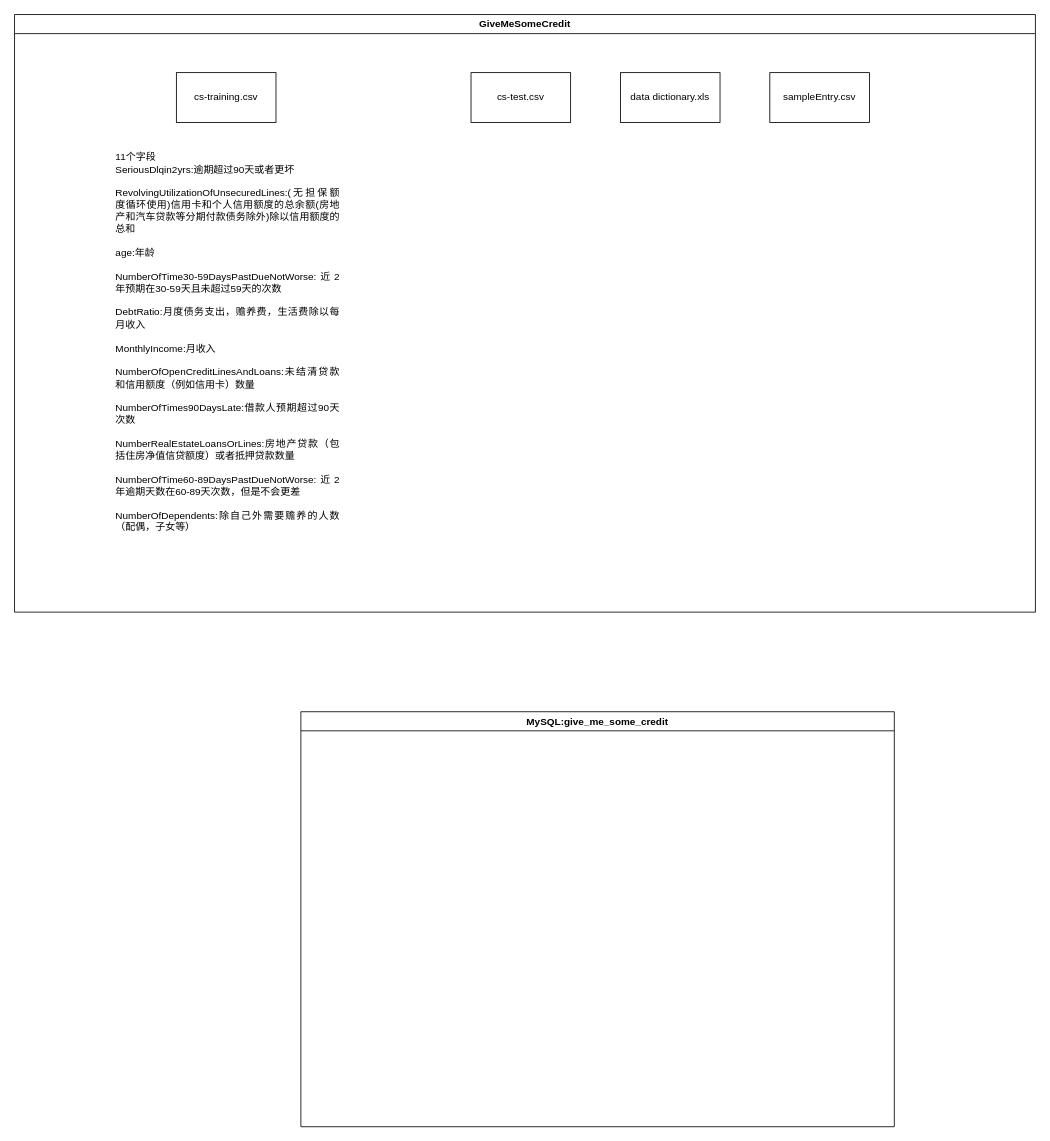
dawangbaixiaofu/credit keeps this draw.io diagram as datasets/give_me_some_credit/data_info.drawio. Above is the earlier version. Source tidied: cells renumbered, new cells numbered last; positions are measured from the earlier drawing's top-left corner, leaving out a move shared by most shapes. Both pictures are drawn from the tidied source at 83%, with x=0, y=0 at pixel (14, 14).
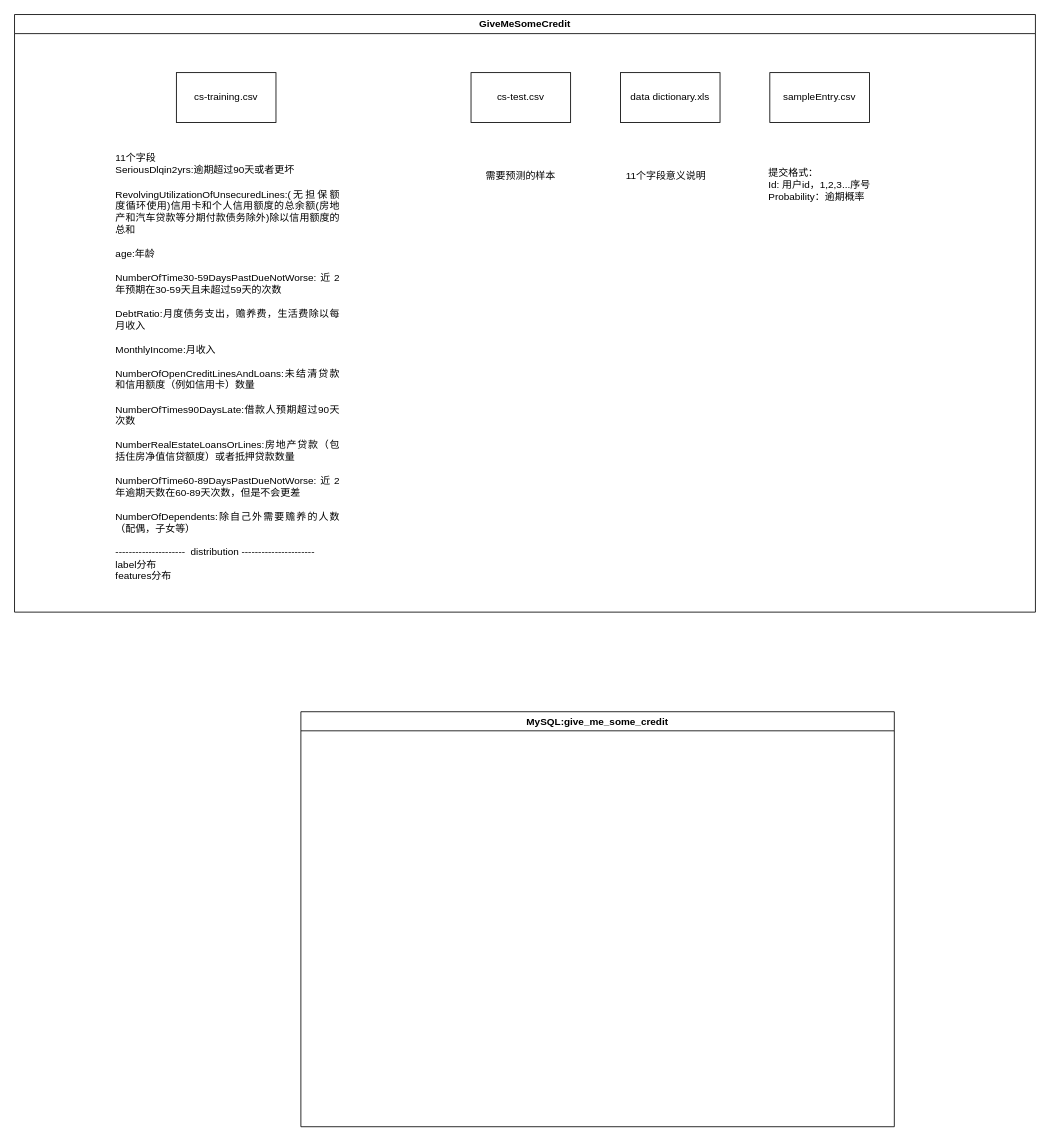
The same page after the edit.

Commit message:
modify datasets:giveMeCredit:data_info.drawio

What changed in the source:
```diff
@@
 <mxGraphModel>
   <root>
     <mxCell id="0" />
     <mxCell id="1" parent="0" />
     <mxCell id="2" value="GiveMeSomeCredit" style="swimlane;whiteSpace=wrap;html=1;" parent="1" vertex="1">
       <mxGeometry width="1230" height="720" as="geometry" />
     </mxCell>
     <mxCell id="3" value="cs-training.csv" style="rounded=0;whiteSpace=wrap;html=1;" parent="2" vertex="1">
       <mxGeometry x="195" y="70" width="120" height="60" as="geometry" />
     </mxCell>
     <mxCell id="4" value="cs-test.csv" style="rounded=0;whiteSpace=wrap;html=1;" parent="2" vertex="1">
       <mxGeometry x="550" y="70" width="120" height="60" as="geometry" />
     </mxCell>
     <mxCell id="5" value="data dictionary.xls" style="rounded=0;whiteSpace=wrap;html=1;" parent="2" vertex="1">
       <mxGeometry x="730" y="70" width="120" height="60" as="geometry" />
     </mxCell>
     <mxCell id="6" value="sampleEntry.csv" style="rounded=0;whiteSpace=wrap;html=1;" parent="2" vertex="1">
       <mxGeometry x="910" y="70" width="120" height="60" as="geometry" />
     </mxCell>
-    <mxCell id="7" value="&lt;div style=&quot;text-align: justify;&quot;&gt;&lt;span style=&quot;background-color: initial;&quot;&gt;11个字段&lt;/span&gt;&lt;/div&gt;&lt;table style=&quot;text-align: justify;&quot; width=&quot;270&quot; cellspacing=&quot;0&quot; cellpadding=&quot;0&quot; border=&quot;0&quot;&gt;&lt;tbody&gt;&lt;tr style=&quot;height:12.75pt&quot; height=&quot;17&quot;&gt;  &lt;td style=&quot;height:12.75pt;width:203pt&quot; width=&quot;270&quot; class=&quot;xl65&quot; height=&quot;17&quot;&gt;SeriousDlqin2yrs:逾期超过90天或者更坏&lt;br&gt;&lt;br&gt;&lt;table width=&quot;270&quot; cellspacing=&quot;0&quot; cellpadding=&quot;0&quot; border=&quot;0&quot;&gt;&lt;tbody&gt;&lt;tr style=&quot;height:25.5pt&quot; height=&quot;34&quot;&gt;  &lt;td style=&quot;height:25.5pt;width:203pt&quot; width=&quot;270&quot; class=&quot;xl65&quot; height=&quot;34&quot;&gt;RevolvingUtilizationOfUnsecuredLines:(无担保额度循环使用)信用卡和个人信用额度的总余额(房地产和汽车贷款等分期付款债务除外)除以信用额度的总和&lt;br&gt;&lt;br&gt;age:年龄&lt;br&gt;&lt;br&gt;&lt;table width=&quot;270&quot; cellspacing=&quot;0&quot; cellpadding=&quot;0&quot; border=&quot;0&quot;&gt;&lt;tbody&gt;&lt;tr style=&quot;height:12.75pt&quot; height=&quot;17&quot;&gt;  &lt;td style=&quot;height:12.75pt;width:203pt&quot; width=&quot;270&quot; class=&quot;xl65&quot; height=&quot;17&quot;&gt;NumberOfTime30-59DaysPastDueNotWorse:近2年预期在30-59天且未超过59天的次数&lt;br&gt;&lt;br&gt;&lt;table width=&quot;270&quot; cellspacing=&quot;0&quot; cellpadding=&quot;0&quot; border=&quot;0&quot;&gt;&lt;tbody&gt;&lt;tr style=&quot;height:12.75pt&quot; height=&quot;17&quot;&gt;  &lt;td style=&quot;height:12.75pt;width:203pt&quot; width=&quot;270&quot; class=&quot;xl65&quot; height=&quot;17&quot;&gt;DebtRatio:月度债务支出，赡养费，生活费除以每月收入&lt;br&gt;&lt;br&gt;&lt;table width=&quot;270&quot; cellspacing=&quot;0&quot; cellpadding=&quot;0&quot; border=&quot;0&quot;&gt;&lt;tbody&gt;&lt;tr style=&quot;height:12.75pt&quot; height=&quot;17&quot;&gt;  &lt;td style=&quot;height:12.75pt;width:203pt&quot; width=&quot;270&quot; class=&quot;xl65&quot; height=&quot;17&quot;&gt;MonthlyIncome:月收入&lt;br&gt;&lt;br&gt;&lt;table width=&quot;270&quot; cellspacing=&quot;0&quot; cellpadding=&quot;0&quot; border=&quot;0&quot;&gt;&lt;tbody&gt;&lt;tr style=&quot;height:12.75pt&quot; height=&quot;17&quot;&gt;  &lt;td style=&quot;height:12.75pt;width:203pt&quot; width=&quot;270&quot; class=&quot;xl65&quot; height=&quot;17&quot;&gt;NumberOfOpenCreditLinesAndLoans:未结清贷款和信用额度（例如信用卡）数量&lt;br&gt;&lt;br&gt;&lt;table width=&quot;270&quot; cellspacing=&quot;0&quot; cellpadding=&quot;0&quot; border=&quot;0&quot;&gt;&lt;tbody&gt;&lt;tr style=&quot;height:12.75pt&quot; height=&quot;17&quot;&gt;  &lt;td style=&quot;height:12.75pt;width:203pt&quot; width=&quot;270&quot; class=&quot;xl65&quot; height=&quot;17&quot;&gt;NumberOfTimes90DaysLate:借款人预期超过90天次数&lt;br&gt;&lt;br&gt;&lt;table width=&quot;270&quot; cellspacing=&quot;0&quot; cellpadding=&quot;0&quot; border=&quot;0&quot;&gt;&lt;tbody&gt;&lt;tr style=&quot;height:12.75pt&quot; height=&quot;17&quot;&gt;  &lt;td style=&quot;height:12.75pt;width:203pt&quot; width=&quot;270&quot; class=&quot;xl65&quot; height=&quot;17&quot;&gt;NumberRealEstateLoansOrLines:房地产贷款（包括住房净值信贷额度）或者抵押贷款数量&lt;br&gt;&lt;br&gt;&lt;table width=&quot;270&quot; cellspacing=&quot;0&quot; cellpadding=&quot;0&quot; border=&quot;0&quot;&gt;&lt;tbody&gt;&lt;tr style=&quot;height:12.75pt&quot; height=&quot;17&quot;&gt;  &lt;td style=&quot;height:12.75pt;width:203pt&quot; width=&quot;270&quot; class=&quot;xl65&quot; height=&quot;17&quot;&gt;NumberOfTime60-89DaysPastDueNotWorse:近2年逾期天数在60-89天次数，但是不会更差&lt;br&gt;&lt;br&gt;&lt;table width=&quot;270&quot; cellspacing=&quot;0&quot; cellpadding=&quot;0&quot; border=&quot;0&quot;&gt;&lt;tbody&gt;&lt;tr style=&quot;height:12.75pt&quot; height=&quot;17&quot;&gt;  &lt;td style=&quot;height:12.75pt;width:203pt&quot; width=&quot;270&quot; class=&quot;xl65&quot; height=&quot;17&quot;&gt;NumberOfDependents:除自己外需要赡养的人数（配偶，子女等）&lt;/td&gt;&lt;/tr&gt;&lt;/tbody&gt;&lt;/table&gt;&lt;/td&gt;&lt;/tr&gt;&lt;/tbody&gt;&lt;/table&gt;&lt;/td&gt;&lt;/tr&gt;&lt;/tbody&gt;&lt;/table&gt;&lt;/td&gt;&lt;/tr&gt;&lt;/tbody&gt;&lt;/table&gt;&lt;/td&gt;&lt;/tr&gt;&lt;/tbody&gt;&lt;/table&gt;&lt;/td&gt;&lt;/tr&gt;&lt;/tbody&gt;&lt;/table&gt;&lt;/td&gt;&lt;/tr&gt;&lt;/tbody&gt;&lt;/table&gt;&lt;/td&gt;&lt;/tr&gt;&lt;/tbody&gt;&lt;/table&gt;&lt;/td&gt;&lt;/tr&gt;&lt;/tbody&gt;&lt;/table&gt;&lt;/td&gt;&lt;/tr&gt;&lt;/tbody&gt;&lt;/table&gt;" style="text;html=1;strokeColor=none;fillColor=none;align=left;verticalAlign=middle;whiteSpace=wrap;rounded=0;" parent="2" vertex="1">
-      <mxGeometry x="120" y="160" width="280" height="470" as="geometry" />
+    <mxCell id="7" value="&lt;div style=&quot;text-align: justify;&quot;&gt;&lt;span style=&quot;background-color: initial;&quot;&gt;11个字段&lt;/span&gt;&lt;/div&gt;&lt;table style=&quot;text-align: justify;&quot; width=&quot;270&quot; cellspacing=&quot;0&quot; cellpadding=&quot;0&quot; border=&quot;0&quot;&gt;&lt;tbody&gt;&lt;tr style=&quot;height:12.75pt&quot; height=&quot;17&quot;&gt;  &lt;td style=&quot;height:12.75pt;width:203pt&quot; width=&quot;270&quot; class=&quot;xl65&quot; height=&quot;17&quot;&gt;SeriousDlqin2yrs:逾期超过90天或者更坏&lt;br&gt;&lt;br&gt;&lt;table width=&quot;270&quot; cellspacing=&quot;0&quot; cellpadding=&quot;0&quot; border=&quot;0&quot;&gt;&lt;tbody&gt;&lt;tr style=&quot;height:25.5pt&quot; height=&quot;34&quot;&gt;  &lt;td style=&quot;height:25.5pt;width:203pt&quot; width=&quot;270&quot; class=&quot;xl65&quot; height=&quot;34&quot;&gt;RevolvingUtilizationOfUnsecuredLines:(无担保额度循环使用)信用卡和个人信用额度的总余额(房地产和汽车贷款等分期付款债务除外)除以信用额度的总和&lt;br&gt;&lt;br&gt;age:年龄&lt;br&gt;&lt;br&gt;&lt;table width=&quot;270&quot; cellspacing=&quot;0&quot; cellpadding=&quot;0&quot; border=&quot;0&quot;&gt;&lt;tbody&gt;&lt;tr style=&quot;height:12.75pt&quot; height=&quot;17&quot;&gt;  &lt;td style=&quot;height:12.75pt;width:203pt&quot; width=&quot;270&quot; class=&quot;xl65&quot; height=&quot;17&quot;&gt;NumberOfTime30-59DaysPastDueNotWorse:近2年预期在30-59天且未超过59天的次数&lt;br&gt;&lt;br&gt;&lt;table width=&quot;270&quot; cellspacing=&quot;0&quot; cellpadding=&quot;0&quot; border=&quot;0&quot;&gt;&lt;tbody&gt;&lt;tr style=&quot;height:12.75pt&quot; height=&quot;17&quot;&gt;  &lt;td style=&quot;height:12.75pt;width:203pt&quot; width=&quot;270&quot; class=&quot;xl65&quot; height=&quot;17&quot;&gt;DebtRatio:月度债务支出，赡养费，生活费除以每月收入&lt;br&gt;&lt;br&gt;&lt;table width=&quot;270&quot; cellspacing=&quot;0&quot; cellpadding=&quot;0&quot; border=&quot;0&quot;&gt;&lt;tbody&gt;&lt;tr style=&quot;height:12.75pt&quot; height=&quot;17&quot;&gt;  &lt;td style=&quot;height:12.75pt;width:203pt&quot; width=&quot;270&quot; class=&quot;xl65&quot; height=&quot;17&quot;&gt;MonthlyIncome:月收入&lt;br&gt;&lt;br&gt;&lt;table width=&quot;270&quot; cellspacing=&quot;0&quot; cellpadding=&quot;0&quot; border=&quot;0&quot;&gt;&lt;tbody&gt;&lt;tr style=&quot;height:12.75pt&quot; height=&quot;17&quot;&gt;  &lt;td style=&quot;height:12.75pt;width:203pt&quot; width=&quot;270&quot; class=&quot;xl65&quot; height=&quot;17&quot;&gt;NumberOfOpenCreditLinesAndLoans:未结清贷款和信用额度（例如信用卡）数量&lt;br&gt;&lt;br&gt;&lt;table width=&quot;270&quot; cellspacing=&quot;0&quot; cellpadding=&quot;0&quot; border=&quot;0&quot;&gt;&lt;tbody&gt;&lt;tr style=&quot;height:12.75pt&quot; height=&quot;17&quot;&gt;  &lt;td style=&quot;height:12.75pt;width:203pt&quot; width=&quot;270&quot; class=&quot;xl65&quot; height=&quot;17&quot;&gt;NumberOfTimes90DaysLate:借款人预期超过90天次数&lt;br&gt;&lt;br&gt;&lt;table width=&quot;270&quot; cellspacing=&quot;0&quot; cellpadding=&quot;0&quot; border=&quot;0&quot;&gt;&lt;tbody&gt;&lt;tr style=&quot;height:12.75pt&quot; height=&quot;17&quot;&gt;  &lt;td style=&quot;height:12.75pt;width:203pt&quot; width=&quot;270&quot; class=&quot;xl65&quot; height=&quot;17&quot;&gt;NumberRealEstateLoansOrLines:房地产贷款（包括住房净值信贷额度）或者抵押贷款数量&lt;br&gt;&lt;br&gt;&lt;table width=&quot;270&quot; cellspacing=&quot;0&quot; cellpadding=&quot;0&quot; border=&quot;0&quot;&gt;&lt;tbody&gt;&lt;tr style=&quot;height:12.75pt&quot; height=&quot;17&quot;&gt;  &lt;td style=&quot;height:12.75pt;width:203pt&quot; width=&quot;270&quot; class=&quot;xl65&quot; height=&quot;17&quot;&gt;NumberOfTime60-89DaysPastDueNotWorse:近2年逾期天数在60-89天次数，但是不会更差&lt;br&gt;&lt;br&gt;&lt;table width=&quot;270&quot; cellspacing=&quot;0&quot; cellpadding=&quot;0&quot; border=&quot;0&quot;&gt;&lt;tbody&gt;&lt;tr style=&quot;height:12.75pt&quot; height=&quot;17&quot;&gt;  &lt;td style=&quot;height:12.75pt;width:203pt&quot; width=&quot;270&quot; class=&quot;xl65&quot; height=&quot;17&quot;&gt;NumberOfDependents:除自己外需要赡养的人数（配偶，子女等）&lt;br&gt;&lt;br&gt;---------------------&amp;nbsp; distribution ----------------------&lt;br&gt;label分布&lt;br&gt;features分布&lt;/td&gt;&lt;/tr&gt;&lt;/tbody&gt;&lt;/table&gt;&lt;/td&gt;&lt;/tr&gt;&lt;/tbody&gt;&lt;/table&gt;&lt;/td&gt;&lt;/tr&gt;&lt;/tbody&gt;&lt;/table&gt;&lt;/td&gt;&lt;/tr&gt;&lt;/tbody&gt;&lt;/table&gt;&lt;/td&gt;&lt;/tr&gt;&lt;/tbody&gt;&lt;/table&gt;&lt;/td&gt;&lt;/tr&gt;&lt;/tbody&gt;&lt;/table&gt;&lt;/td&gt;&lt;/tr&gt;&lt;/tbody&gt;&lt;/table&gt;&lt;/td&gt;&lt;/tr&gt;&lt;/tbody&gt;&lt;/table&gt;&lt;/td&gt;&lt;/tr&gt;&lt;/tbody&gt;&lt;/table&gt;&lt;/td&gt;&lt;/tr&gt;&lt;/tbody&gt;&lt;/table&gt;" style="text;html=1;strokeColor=none;fillColor=none;align=left;verticalAlign=middle;whiteSpace=wrap;rounded=0;" parent="2" vertex="1">
+      <mxGeometry x="120" y="160" width="280" height="530" as="geometry" />
     </mxCell>
+    <mxCell id="9" value="&lt;div style=&quot;text-align: justify;&quot;&gt;&lt;span style=&quot;background-color: initial;&quot;&gt;需要预测的样本&lt;/span&gt;&lt;/div&gt;" style="text;html=1;strokeColor=none;fillColor=none;align=center;verticalAlign=middle;whiteSpace=wrap;rounded=0;" parent="2" vertex="1">
+      <mxGeometry x="545" y="170" width="130" height="50" as="geometry" />
+    </mxCell>
+    <mxCell id="10" value="&lt;div style=&quot;text-align: justify;&quot;&gt;&lt;span style=&quot;background-color: initial;&quot;&gt;11个字段意义说明&lt;/span&gt;&lt;/div&gt;" style="text;html=1;strokeColor=none;fillColor=none;align=center;verticalAlign=middle;whiteSpace=wrap;rounded=0;" parent="2" vertex="1">
+      <mxGeometry x="730" y="170" width="110" height="50" as="geometry" />
+    </mxCell>
+    <mxCell id="11" value="&lt;div style=&quot;text-align: justify;&quot;&gt;&lt;span style=&quot;background-color: initial;&quot;&gt;提交格式：&lt;/span&gt;&lt;/div&gt;&lt;div style=&quot;text-align: justify;&quot;&gt;&lt;span style=&quot;background-color: initial;&quot;&gt;Id: 用户id，1,2,3...序号&lt;/span&gt;&lt;/div&gt;&lt;div style=&quot;text-align: justify;&quot;&gt;&lt;span style=&quot;background-color: initial;&quot;&gt;Probability：逾期概率&lt;/span&gt;&lt;/div&gt;" style="text;html=1;strokeColor=none;fillColor=none;align=center;verticalAlign=middle;whiteSpace=wrap;rounded=0;" parent="2" vertex="1">
+      <mxGeometry x="895" y="170" width="150" height="70" as="geometry" />
+    </mxCell>
     <mxCell id="8" value="MySQL:give_me_some_credit" style="swimlane;whiteSpace=wrap;html=1;" parent="1" vertex="1">
       <mxGeometry x="345" y="840" width="715" height="500" as="geometry" />
     </mxCell>
   </root>
 </mxGraphModel>
```
